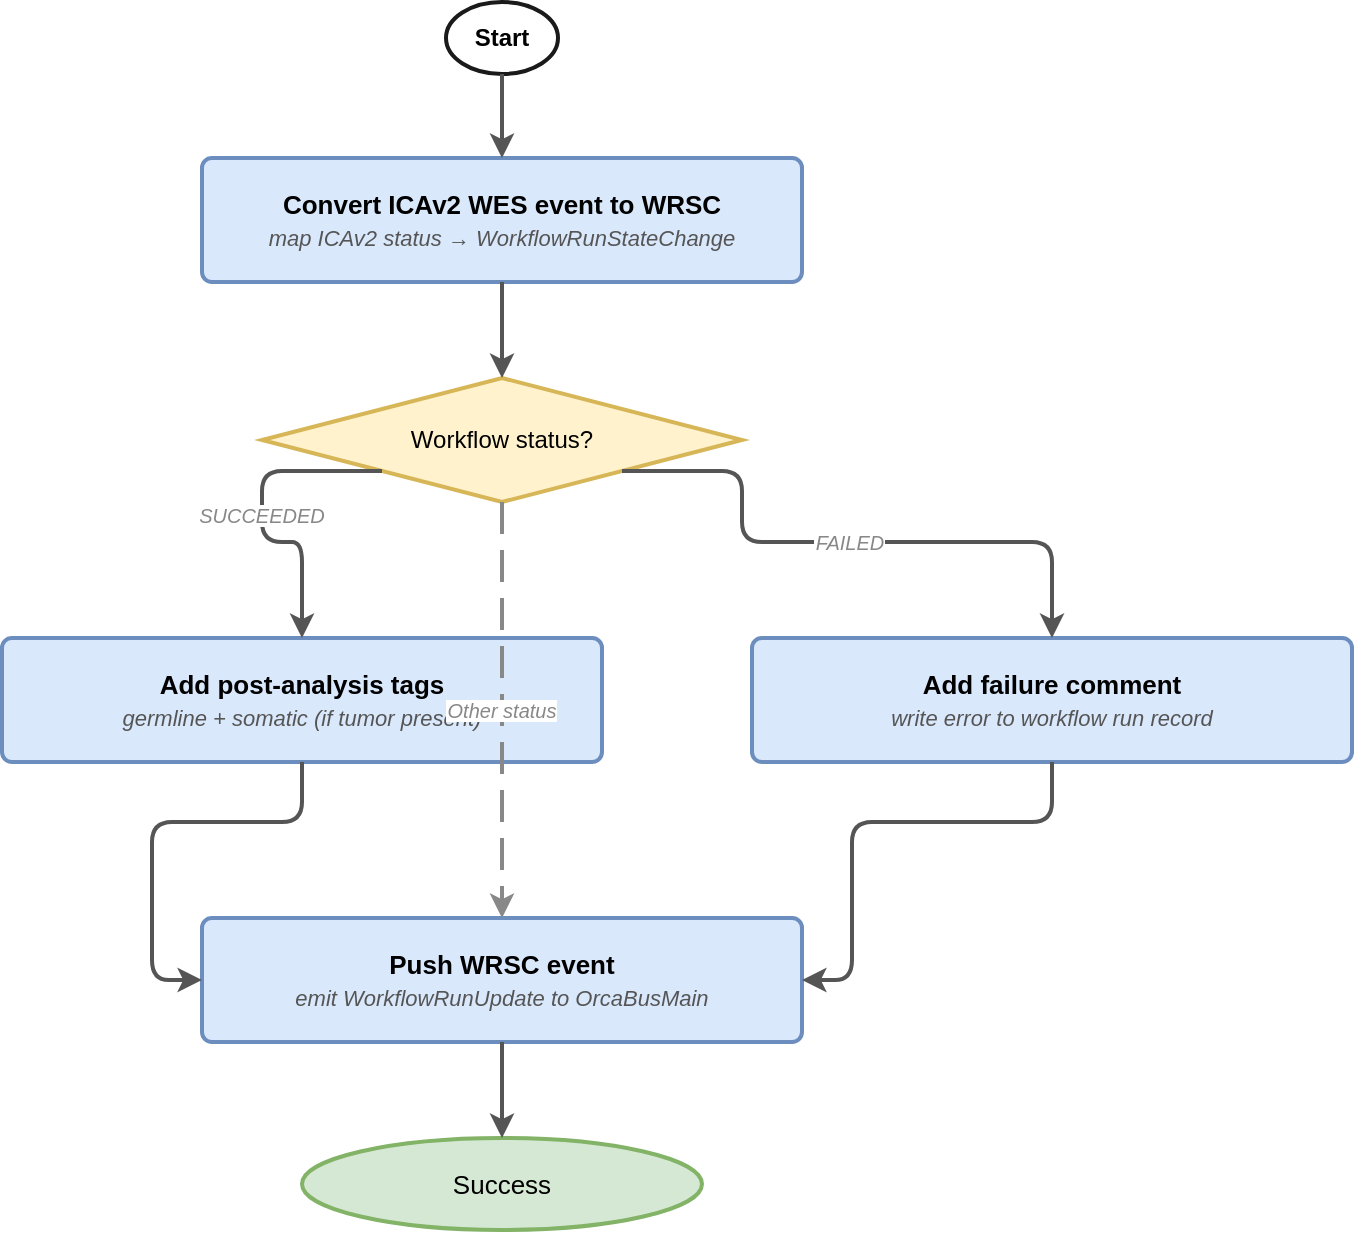
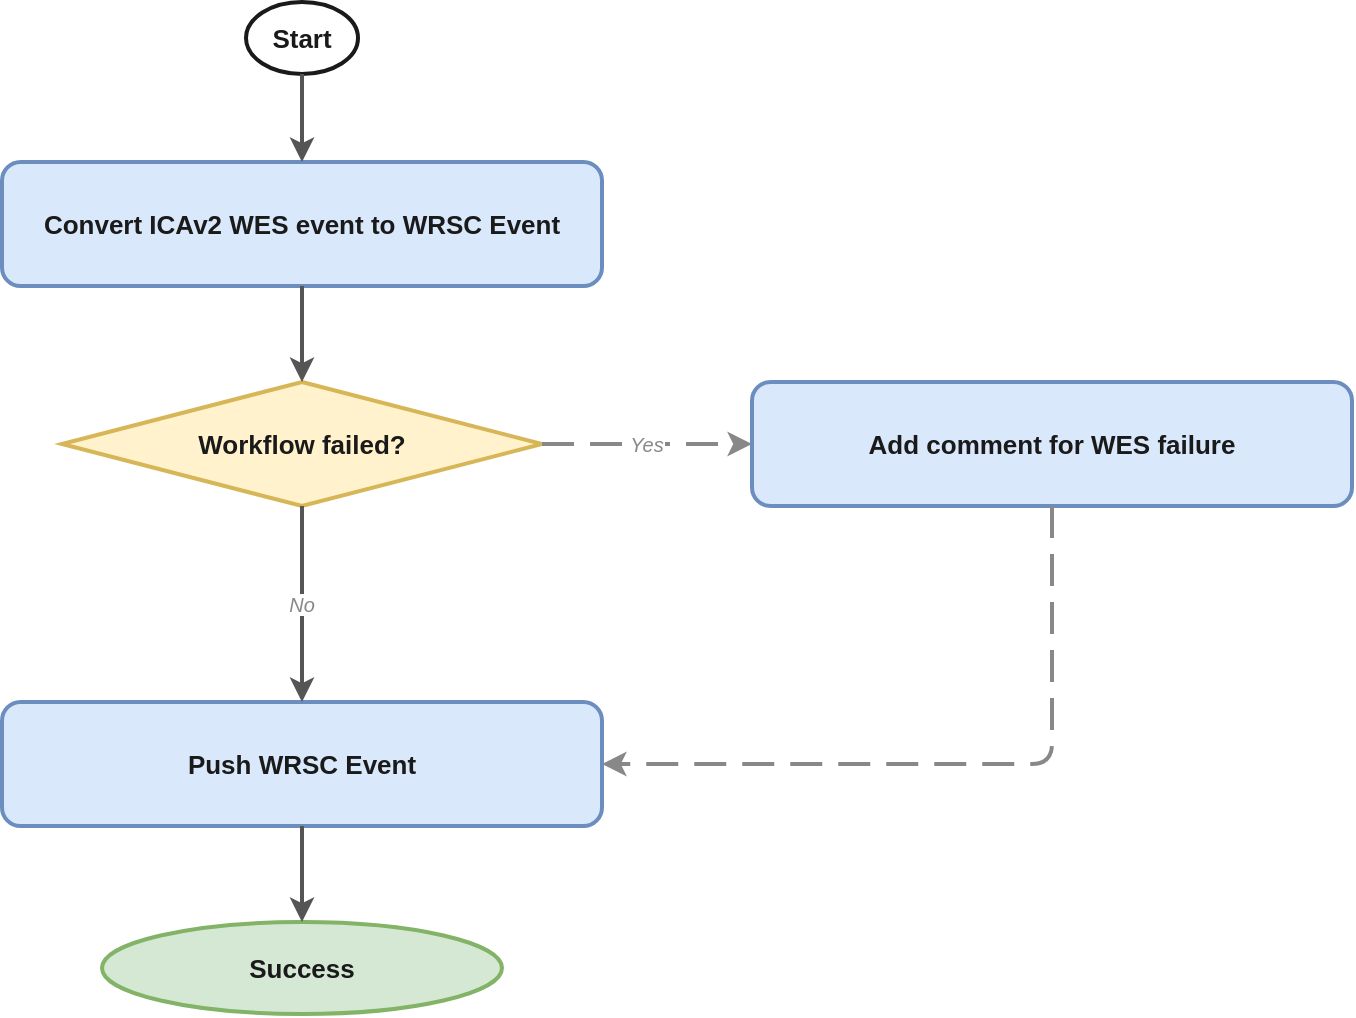
- <mxfile host="Electron" agent="Mozilla/5.0 (Windows NT 10.0; Win64; x64) AppleWebKit/537.36 (KHTML, like Gecko) draw.io/29.3.6 Chrome/140.0.7339.249 Electron/38.8.0 Safari/537.36" version="29.3.6">
+ <mxfile host="app.diagrams.net">
  <diagram name="icav2-wes-event-to-wrsc" id="icav2-wes-event-to-wrsc">
-     <mxGraphModel dx="1100" dy="700" grid="0" gridSize="10" guides="0" tooltips="1" connect="0" arrows="1" fold="0" page="0" pageScale="1" pageWidth="1100" pageHeight="700" math="0" shadow="0">
+     <mxGraphModel dx="1200" dy="900" grid="0" gridSize="10" guides="1" tooltips="1" connect="1" arrows="1" fold="1" page="0" pageScale="1" pageWidth="850" pageHeight="1100" math="0" shadow="0">
      <root>
-         <mxCell id="0" />
-         <mxCell id="1" parent="0" />
-         <mxCell id="start" parent="1" style="ellipse;whiteSpace=wrap;html=1;fillColor=#ffffff;strokeColor=#1a1a1a;strokeWidth=2;fontStyle=1;fontSize=12;fontFamily=Helvetica;" value="Start" vertex="1">
-           <mxGeometry height="36" width="56" x="247" y="50" as="geometry" />
+         <mxCell id="0"/>
+         <mxCell id="1" parent="0"/>
+ 
+         <!-- ═══════════════ NODES ═══════════════ -->
+ 
+         <!-- Start oval -->
+         <mxCell id="n1" value="Start" style="ellipse;whiteSpace=wrap;html=1;fillColor=#ffffff;strokeColor=#1a1a1a;strokeWidth=2;fontSize=13;fontStyle=1;fontColor=#1a1a1a;" vertex="1" parent="1">
+           <mxGeometry x="147" y="30" width="56" height="36" as="geometry"/>
        </mxCell>
-         <mxCell id="convert" parent="1" style="rounded=1;whiteSpace=wrap;html=1;fillColor=#dae8fc;strokeColor=#6c8ebf;strokeWidth=2;fontSize=13;fontFamily=Helvetica;arcSize=8;" value="&lt;b&gt;Convert ICAv2 WES event to WRSC&lt;/b&gt;&lt;br/&gt;&lt;i&gt;&lt;font style=&quot;font-size:11px;color:#555555;&quot;&gt;map ICAv2 status → WorkflowRunStateChange&lt;/font&gt;&lt;/i&gt;" vertex="1">
-           <mxGeometry height="62" width="300" x="125" y="128" as="geometry" />
+ 
+         <!-- Step: Convert ICAv2 WES event to WRSC Event -->
+         <mxCell id="n2" value="Convert ICAv2 WES event to WRSC Event" style="rounded=1;whiteSpace=wrap;html=1;fillColor=#dae8fc;strokeColor=#6c8ebf;strokeWidth=2;fontSize=13;fontStyle=1;fontColor=#1a1a1a;" vertex="1" parent="1">
+           <mxGeometry x="25" y="110" width="300" height="62" as="geometry"/>
        </mxCell>
-         <mxCell id="decision" parent="1" style="rhombus;whiteSpace=wrap;html=1;fillColor=#fff2cc;strokeColor=#d6b656;strokeWidth=2;fontSize=12;fontFamily=Helvetica;" value="Workflow status?" vertex="1">
-           <mxGeometry height="62" width="240" x="155" y="238" as="geometry" />
+ 
+         <!-- Decision: Workflow failed? -->
+         <mxCell id="n3" value="Workflow failed?" style="rhombus;whiteSpace=wrap;html=1;fillColor=#fff2cc;strokeColor=#d6b656;strokeWidth=2;fontSize=13;fontStyle=1;fontColor=#1a1a1a;" vertex="1" parent="1">
+           <mxGeometry x="55" y="220" width="240" height="62" as="geometry"/>
        </mxCell>
-         <mxCell id="add-tags" parent="1" style="rounded=1;whiteSpace=wrap;html=1;fillColor=#dae8fc;strokeColor=#6c8ebf;strokeWidth=2;fontSize=13;fontFamily=Helvetica;arcSize=8;" value="&lt;b&gt;Add post-analysis tags&lt;/b&gt;&lt;br/&gt;&lt;i&gt;&lt;font style=&quot;font-size:11px;color:#555555;&quot;&gt;germline + somatic (if tumor present)&lt;/font&gt;&lt;/i&gt;" vertex="1">
-           <mxGeometry height="62" width="300" x="25" y="368" as="geometry" />
+ 
+         <!-- Step: Push WRSC Event -->
+         <mxCell id="n4" value="Push WRSC Event" style="rounded=1;whiteSpace=wrap;html=1;fillColor=#dae8fc;strokeColor=#6c8ebf;strokeWidth=2;fontSize=13;fontStyle=1;fontColor=#1a1a1a;" vertex="1" parent="1">
+           <mxGeometry x="25" y="380" width="300" height="62" as="geometry"/>
        </mxCell>
-         <mxCell id="add-failure" parent="1" style="rounded=1;whiteSpace=wrap;html=1;fillColor=#dae8fc;strokeColor=#6c8ebf;strokeWidth=2;fontSize=13;fontFamily=Helvetica;arcSize=8;" value="&lt;b&gt;Add failure comment&lt;/b&gt;&lt;br/&gt;&lt;i&gt;&lt;font style=&quot;font-size:11px;color:#555555;&quot;&gt;write error to workflow run record&lt;/font&gt;&lt;/i&gt;" vertex="1">
-           <mxGeometry height="62" width="300" x="400" y="368" as="geometry" />
+ 
+         <!-- Terminal: Success -->
+         <mxCell id="n5" value="Success" style="ellipse;whiteSpace=wrap;html=1;fillColor=#d5e8d4;strokeColor=#82b366;strokeWidth=2;fontSize=13;fontStyle=1;fontColor=#1a1a1a;arcSize=50;" vertex="1" parent="1">
+           <mxGeometry x="75" y="490" width="200" height="46" as="geometry"/>
        </mxCell>
-         <mxCell id="push-wrsc" parent="1" style="rounded=1;whiteSpace=wrap;html=1;fillColor=#dae8fc;strokeColor=#6c8ebf;strokeWidth=2;fontSize=13;fontFamily=Helvetica;arcSize=8;" value="&lt;b&gt;Push WRSC event&lt;/b&gt;&lt;br/&gt;&lt;i&gt;&lt;font style=&quot;font-size:11px;color:#555555;&quot;&gt;emit WorkflowRunUpdate to OrcaBusMain&lt;/font&gt;&lt;/i&gt;" vertex="1">
-           <mxGeometry height="62" width="300" x="125" y="508" as="geometry" />
+ 
+         <!-- Step: Add comment for WES failure (side float) -->
+         <mxCell id="n6" value="Add comment for WES failure" style="rounded=1;whiteSpace=wrap;html=1;fillColor=#dae8fc;strokeColor=#6c8ebf;strokeWidth=2;fontSize=13;fontStyle=1;fontColor=#1a1a1a;" vertex="1" parent="1">
+           <mxGeometry x="400" y="220" width="300" height="62" as="geometry"/>
        </mxCell>
-         <mxCell id="success" parent="1" style="ellipse;whiteSpace=wrap;html=1;fillColor=#d5e8d4;strokeColor=#82b366;strokeWidth=2;fontSize=13;fontFamily=Helvetica;" value="Success" vertex="1">
-           <mxGeometry height="46" width="200" x="175" y="618" as="geometry" />
+ 
+         <!-- ═══════════════ EDGES ═══════════════ -->
+ 
+         <!-- Start → Convert ICAv2 WES event to WRSC Event -->
+         <mxCell id="e1" style="edgeStyle=orthogonalEdgeStyle;strokeColor=#555555;strokeWidth=2;exitX=0.5;exitY=1;exitDx=0;exitDy=0;entryX=0.5;entryY=0;entryDx=0;entryDy=0;" edge="1" source="n1" target="n2" parent="1">
+           <mxGeometry relative="1" as="geometry"/>
        </mxCell>
-         <mxCell id="e1" edge="1" parent="1" source="start" style="edgeStyle=orthogonalEdgeStyle;strokeColor=#555555;strokeWidth=2;exitX=0.5;exitY=1;exitDx=0;exitDy=0;entryX=0.5;entryY=0;entryDx=0;entryDy=0;" target="convert">
-           <mxGeometry relative="1" as="geometry" />
+ 
+         <!-- Convert ICAv2 WES event to WRSC Event → Workflow failed? -->
+         <mxCell id="e2" style="edgeStyle=orthogonalEdgeStyle;strokeColor=#555555;strokeWidth=2;exitX=0.5;exitY=1;exitDx=0;exitDy=0;entryX=0.5;entryY=0;entryDx=0;entryDy=0;" edge="1" source="n2" target="n3" parent="1">
+           <mxGeometry relative="1" as="geometry"/>
        </mxCell>
-         <mxCell id="e2" edge="1" parent="1" source="convert" style="edgeStyle=orthogonalEdgeStyle;strokeColor=#555555;strokeWidth=2;exitX=0.5;exitY=1;exitDx=0;exitDy=0;entryX=0.5;entryY=0;entryDx=0;entryDy=0;" target="decision">
-           <mxGeometry relative="1" as="geometry" />
+ 
+         <!-- Workflow failed? → Push WRSC Event (No / default, continues down) -->
+         <mxCell id="e3" value="No" style="edgeStyle=orthogonalEdgeStyle;strokeColor=#555555;strokeWidth=2;fontSize=10;fontColor=#888888;fontStyle=2;exitX=0.5;exitY=1;exitDx=0;exitDy=0;entryX=0.5;entryY=0;entryDx=0;entryDy=0;" edge="1" source="n3" target="n4" parent="1">
+           <mxGeometry relative="1" as="geometry"/>
        </mxCell>
-         <mxCell id="e3" edge="1" parent="1" source="decision" style="edgeStyle=orthogonalEdgeStyle;strokeColor=#555555;strokeWidth=2;exitX=0;exitY=1;exitDx=0;exitDy=0;entryX=0.5;entryY=0;entryDx=0;entryDy=0;fontSize=10;fontColor=#888888;fontStyle=2;" target="add-tags" value="SUCCEEDED">
-           <mxGeometry relative="1" as="geometry">
-             <Array as="points">
-               <mxPoint x="155" y="320" />
-               <mxPoint x="175" y="320" />
-             </Array>
-           </mxGeometry>
+ 
+         <!-- Workflow failed? → Add comment for WES failure (Yes, dashed, right) -->
+         <mxCell id="e4" value="Yes" style="edgeStyle=orthogonalEdgeStyle;strokeColor=#888888;strokeWidth=2;dashed=1;dashPattern=8 4;fontSize=10;fontColor=#888888;fontStyle=2;exitX=1;exitY=0.5;exitDx=0;exitDy=0;entryX=0;entryY=0.5;entryDx=0;entryDy=0;" edge="1" source="n3" target="n6" parent="1">
+           <mxGeometry relative="1" as="geometry"/>
        </mxCell>
-         <mxCell id="e4" edge="1" parent="1" source="decision" style="edgeStyle=orthogonalEdgeStyle;strokeColor=#555555;strokeWidth=2;exitX=1;exitY=1;exitDx=0;exitDy=0;entryX=0.5;entryY=0;entryDx=0;entryDy=0;fontSize=10;fontColor=#888888;fontStyle=2;" target="add-failure" value="FAILED">
-           <mxGeometry relative="1" as="geometry">
-             <Array as="points">
-               <mxPoint x="395" y="320" />
-               <mxPoint x="550" y="320" />
-             </Array>
-           </mxGeometry>
+ 
+         <!-- Add comment for WES failure → Push WRSC Event -->
+         <mxCell id="e5" style="edgeStyle=orthogonalEdgeStyle;strokeColor=#888888;strokeWidth=2;dashed=1;dashPattern=8 4;exitX=0.5;exitY=1;exitDx=0;exitDy=0;entryX=1;entryY=0.5;entryDx=0;entryDy=0;" edge="1" source="n6" target="n4" parent="1">
+           <mxGeometry relative="1" as="geometry"/>
        </mxCell>
-         <mxCell id="e5" edge="1" parent="1" source="decision" style="edgeStyle=orthogonalEdgeStyle;strokeColor=#888888;strokeWidth=2;dashed=1;dashPattern=8 4;exitX=0.5;exitY=1;exitDx=0;exitDy=0;entryX=0.5;entryY=0;entryDx=0;entryDy=0;fontSize=10;fontColor=#888888;fontStyle=2;" target="push-wrsc" value="Other status">
-           <mxGeometry relative="1" as="geometry">
-             <Array as="points">
-               <mxPoint x="275" y="460" />
-               <mxPoint x="275" y="460" />
-             </Array>
-           </mxGeometry>
+ 
+         <!-- Push WRSC Event → Success -->
+         <mxCell id="e6" style="edgeStyle=orthogonalEdgeStyle;strokeColor=#555555;strokeWidth=2;exitX=0.5;exitY=1;exitDx=0;exitDy=0;entryX=0.5;entryY=0;entryDx=0;entryDy=0;" edge="1" source="n4" target="n5" parent="1">
+           <mxGeometry relative="1" as="geometry"/>
        </mxCell>
-         <mxCell id="e6" edge="1" parent="1" source="add-tags" style="edgeStyle=orthogonalEdgeStyle;strokeColor=#555555;strokeWidth=2;exitX=0.5;exitY=1;exitDx=0;exitDy=0;entryX=0;entryY=0.5;entryDx=0;entryDy=0;" target="push-wrsc">
-           <mxGeometry relative="1" as="geometry">
-             <Array as="points">
-               <mxPoint x="175" y="460" />
-               <mxPoint x="100" y="460" />
-               <mxPoint x="100" y="539" />
-             </Array>
-           </mxGeometry>
-         </mxCell>
-         <mxCell id="e7" edge="1" parent="1" source="add-failure" style="edgeStyle=orthogonalEdgeStyle;strokeColor=#555555;strokeWidth=2;exitX=0.5;exitY=1;exitDx=0;exitDy=0;entryX=1;entryY=0.5;entryDx=0;entryDy=0;" target="push-wrsc">
-           <mxGeometry relative="1" as="geometry">
-             <Array as="points">
-               <mxPoint x="550" y="460" />
-               <mxPoint x="450" y="460" />
-               <mxPoint x="450" y="539" />
-             </Array>
-           </mxGeometry>
-         </mxCell>
-         <mxCell id="e8" edge="1" parent="1" source="push-wrsc" style="edgeStyle=orthogonalEdgeStyle;strokeColor=#555555;strokeWidth=2;exitX=0.5;exitY=1;exitDx=0;exitDy=0;entryX=0.5;entryY=0;entryDx=0;entryDy=0;" target="success">
-           <mxGeometry relative="1" as="geometry" />
-         </mxCell>
+ 
      </root>
    </mxGraphModel>
  </diagram>
</mxfile>
